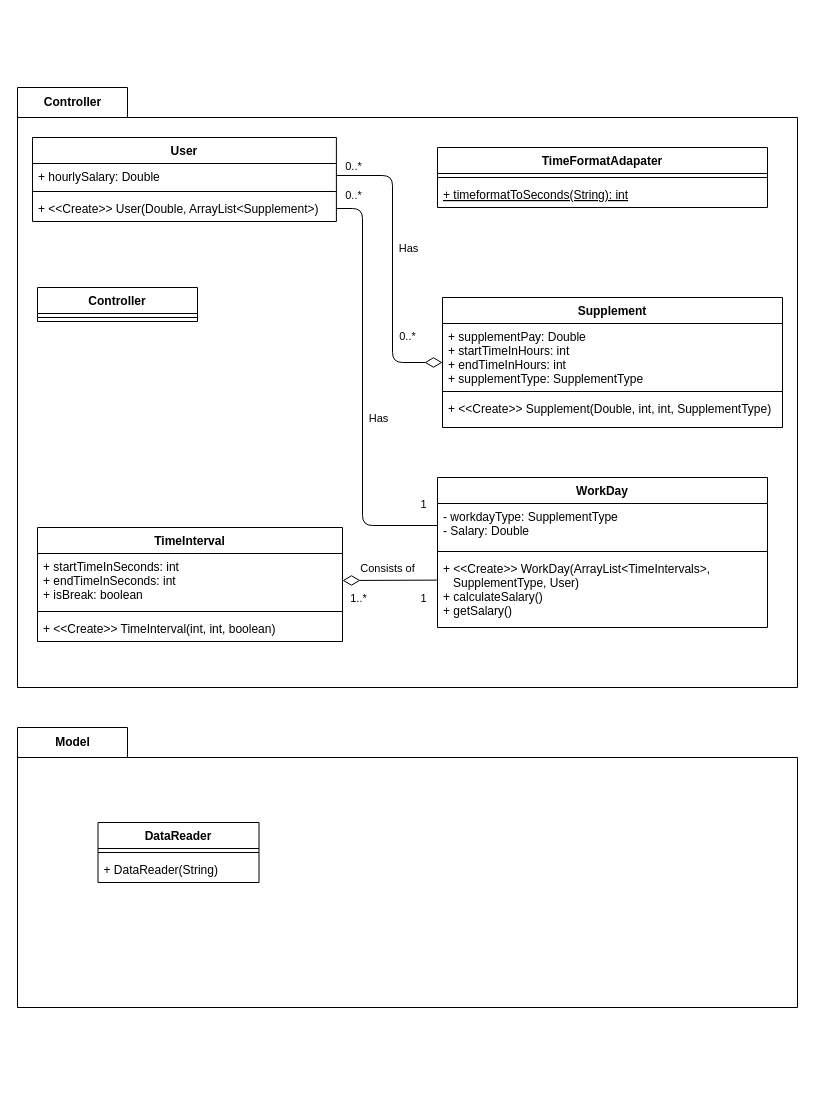
Earlier version of the draw.io diagram docs/DomainLogicClassDiagram.drawio (Lukan707/PaymentForecast). Source tidied: cells renumbered, new cells numbered last; positions are measured from the earlier drawing's top-left corner, leaving out a move shared by most shapes. Both pictures are drawn from the tidied source at 100%, with x=0, y=0 at pixel (17, 87).
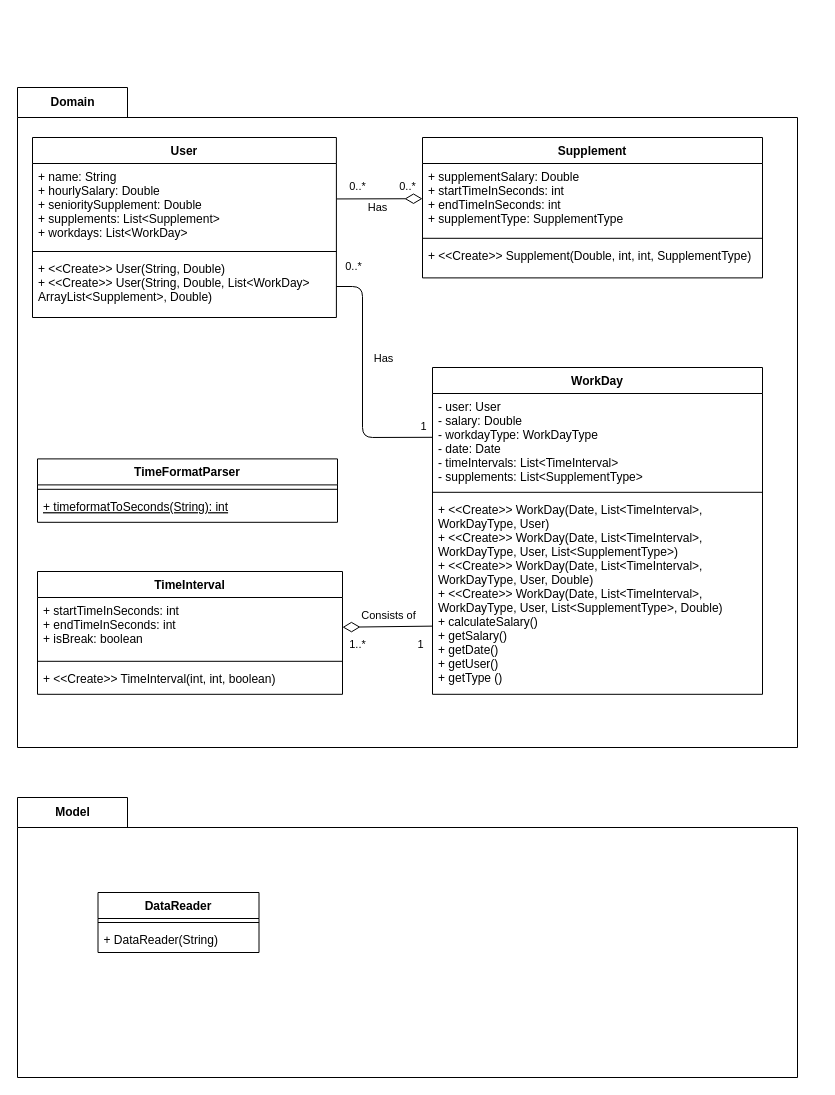
After the change.

The edit, as a diff of the source:
```diff
@@
-    <mxCell id="2" value="Controller" style="shape=folder;fontStyle=1;tabWidth=110;tabHeight=30;tabPosition=left;html=1;boundedLbl=1;labelInHeader=1;" parent="1" vertex="1">
-      <mxGeometry width="780" height="600" as="geometry" />
+    <mxCell id="2" value="Domain" style="shape=folder;fontStyle=1;tabWidth=110;tabHeight=30;tabPosition=left;html=1;boundedLbl=1;labelInHeader=1;" parent="1" vertex="1">
+      <mxGeometry width="780" height="660" as="geometry" />
     </mxCell>
     <mxCell id="3" style="html=1;strokeColor=none;fillColor=none;" parent="2" vertex="1">
-      <mxGeometry width="800.26" height="570" relative="1" as="geometry">
+      <mxGeometry width="800.26" height="627" relative="1" as="geometry">
         <mxPoint y="30" as="offset" />
       </mxGeometry>
     </mxCell>
     <mxCell id="4" value="0..*" style="edgeLabel;html=1;align=center;verticalAlign=middle;" parent="2" vertex="1">
-      <mxGeometry x="350" y="80.8" as="geometry">
+      <mxGeometry x="350" y="-70" as="geometry">
         <mxPoint x="39" y="168" as="offset" />
       </mxGeometry>
     </mxCell>
     <mxCell id="5" value="Has" style="edgeLabel;html=1;align=center;verticalAlign=middle;" parent="2" vertex="1">
-      <mxGeometry x="410" y="190" as="geometry">
+      <mxGeometry x="415" y="130" as="geometry">
         <mxPoint x="-50" y="140" as="offset" />
       </mxGeometry>
     </mxCell>
-    <mxCell id="6" value="TimeFormatAdapater" style="swimlane;fontStyle=1;align=center;verticalAlign=top;horizontal=1;startSize=26;" parent="2" vertex="1">
-      <mxGeometry x="420" y="60" width="330" height="60" as="geometry" />
+    <mxCell id="6" value="TimeFormatParser" style="swimlane;fontStyle=1;align=center;verticalAlign=top;horizontal=1;startSize=26;" parent="2" vertex="1">
+      <mxGeometry x="20" y="371.4" width="300" height="63.4" as="geometry" />
     </mxCell>
     <mxCell id="7" style="line;strokeWidth=1;fillColor=none;align=left;verticalAlign=middle;spacingTop=-1;spacingLeft=3;spacingRight=3;labelPosition=right;strokeColor=inherit;" parent="6" vertex="1">
-      <mxGeometry y="26" width="330" height="8" as="geometry" />
+      <mxGeometry y="26" width="300" height="8.8" as="geometry" />
     </mxCell>
     <mxCell id="8" value="+ timeformatToSeconds(String): int" style="text;strokeColor=none;fillColor=none;align=left;verticalAlign=top;spacingLeft=4;spacingRight=4;overflow=hidden;fontStyle=4;" parent="6" vertex="1">
-      <mxGeometry y="34" width="330" height="26" as="geometry" />
+      <mxGeometry y="34.8" width="300" height="28.6" as="geometry" />
     </mxCell>
-    <mxCell id="9" value="WorkDay" style="swimlane;fontStyle=1;align=center;verticalAlign=top;horizontal=1;startSize=26;" parent="2" vertex="1">
-      <mxGeometry x="420" y="390" width="330" height="150" as="geometry" />
-    </mxCell>
-    <mxCell id="10" value="- workdayType: SupplementType&#10;- Salary: Double " style="text;strokeColor=none;fillColor=none;align=left;verticalAlign=top;spacingLeft=4;spacingRight=4;overflow=hidden;points=[[0,0.5],[1,0.5]];portConstraint=eastwest;" parent="9" vertex="1">
-      <mxGeometry y="26" width="330" height="44" as="geometry" />
-    </mxCell>
-    <mxCell id="11" style="line;strokeWidth=1;fillColor=none;align=left;verticalAlign=middle;spacingTop=-1;spacingLeft=3;spacingRight=3;labelPosition=right;strokeColor=inherit;" parent="9" vertex="1">
-      <mxGeometry y="70" width="330" height="8" as="geometry" />
-    </mxCell>
-    <mxCell id="12" value="+ &lt;&lt;Create&gt;&gt; WorkDay(ArrayList&lt;TimeIntervals&gt;, &#10;   SupplementType, User)&#10;+ calculateSalary()&#10;+ getSalary()" style="text;strokeColor=none;fillColor=none;align=left;verticalAlign=top;spacingLeft=4;spacingRight=4;overflow=hidden;points=[[0,0.5],[1,0.5]];portConstraint=eastwest;" parent="9" vertex="1">
-      <mxGeometry y="78" width="330" height="72" as="geometry" />
-    </mxCell>
-    <mxCell id="13" style="edgeStyle=none;html=1;exitX=-0.002;exitY=0.342;exitDx=0;exitDy=0;entryX=1;entryY=0.5;entryDx=0;entryDy=0;exitPerimeter=0;endArrow=diamondThin;endFill=0;startSize=6;endSize=15;" parent="2" edge="1" source="12" target="18">
+    <mxCell id="13" style="edgeStyle=none;html=1;exitX=-0.001;exitY=0.655;exitDx=0;exitDy=0;entryX=1;entryY=0.5;entryDx=0;entryDy=0;exitPerimeter=0;endArrow=diamondThin;endFill=0;startSize=6;endSize=15;" parent="2" edge="1" source="12" target="18">
       <mxGeometry relative="1" as="geometry" />
     </mxCell>
     <mxCell id="14" value="Consists of" style="edgeLabel;html=1;align=center;verticalAlign=middle;" parent="13" vertex="1">
       <mxGeometry x="-0.26" y="1" relative="1" as="geometry">
-        <mxPoint x="-15" y="-13" as="offset" />
+        <mxPoint x="-11" y="-13" as="offset" />
       </mxGeometry>
     </mxCell>
     <mxCell id="15" value="1..*" style="edgeLabel;html=1;align=center;verticalAlign=middle;" parent="13" vertex="1">
       <mxGeometry x="-0.36" relative="1" as="geometry">
-        <mxPoint x="-49" y="18" as="offset" />
+        <mxPoint x="-46" y="18" as="offset" />
       </mxGeometry>
     </mxCell>
@@
     <mxCell id="17" value="TimeInterval" style="swimlane;fontStyle=1;align=center;verticalAlign=top;horizontal=1;startSize=26;" parent="2" vertex="1">
-      <mxGeometry x="20" y="440" width="305" height="114" as="geometry" />
+      <mxGeometry x="20" y="484" width="305" height="122.8" as="geometry" />
     </mxCell>
     <mxCell id="18" value="+ startTimeInSeconds: int&#10;+ endTimeInSeconds: int&#10;+ isBreak: boolean" style="text;strokeColor=none;fillColor=none;align=left;verticalAlign=top;spacingLeft=4;spacingRight=4;overflow=hidden;points=[[0,0.5],[1,0.5]];portConstraint=eastwest;" parent="17" vertex="1">
-      <mxGeometry y="26" width="305" height="54" as="geometry" />
+      <mxGeometry y="26" width="305" height="59.4" as="geometry" />
     </mxCell>
     <mxCell id="19" style="line;strokeWidth=1;fillColor=none;align=left;verticalAlign=middle;spacingTop=-1;spacingLeft=3;spacingRight=3;labelPosition=right;strokeColor=inherit;" parent="17" vertex="1">
-      <mxGeometry y="80" width="305" height="8" as="geometry" />
+      <mxGeometry y="85.4" width="305" height="8.8" as="geometry" />
     </mxCell>
     <mxCell id="20" value="+ &lt;&lt;Create&gt;&gt; TimeInterval(int, int, boolean)" style="text;strokeColor=none;fillColor=none;align=left;verticalAlign=top;spacingLeft=4;spacingRight=4;overflow=hidden;" parent="17" vertex="1">
-      <mxGeometry y="88" width="305" height="26" as="geometry" />
+      <mxGeometry y="94.2" width="305" height="28.6" as="geometry" />
     </mxCell>
-    <mxCell id="21" value="Controller" style="swimlane;fontStyle=1;align=center;verticalAlign=top;horizontal=1;startSize=26;" parent="2" vertex="1">
-      <mxGeometry x="20" y="200" width="160" height="34" as="geometry" />
-    </mxCell>
-    <mxCell id="22" style="line;strokeWidth=1;fillColor=none;align=left;verticalAlign=middle;spacingTop=-1;spacingLeft=3;spacingRight=3;labelPosition=right;strokeColor=inherit;" parent="21" vertex="1">
-      <mxGeometry y="26" width="160" height="8" as="geometry" />
-    </mxCell>
-    <mxCell id="23" value="Supplement&#10;" style="swimlane;fontStyle=1;align=center;verticalAlign=top;horizontal=1;startSize=26;" parent="1" vertex="1">
-      <mxGeometry x="425" y="210" width="340" height="130" as="geometry" />
+    <mxCell id="23" value="Supplement&#10;" style="swimlane;fontStyle=1;align=center;verticalAlign=top;horizontal=1;startSize=26;" parent="2" vertex="1">
+      <mxGeometry x="405" y="50" width="340" height="140.4" as="geometry" />
     </mxCell>
-    <mxCell id="24" value="+ supplementPay: Double&#10;+ startTimeInHours: int&#10;+ endTimeInHours: int&#10;+ supplementType: SupplementType" style="text;strokeColor=none;fillColor=none;align=left;verticalAlign=top;spacingLeft=4;spacingRight=4;overflow=hidden;points=[[0,0.5],[1,0.5]];portConstraint=eastwest;" parent="23" vertex="1">
-      <mxGeometry y="26" width="340" height="64" as="geometry" />
+    <mxCell id="24" value="+ supplementSalary: Double&#10;+ startTimeInSeconds: int&#10;+ endTimeInSeconds: int&#10;+ supplementType: SupplementType" style="text;strokeColor=none;fillColor=none;align=left;verticalAlign=top;spacingLeft=4;spacingRight=4;overflow=hidden;points=[[0,0.5],[1,0.5]];portConstraint=eastwest;" parent="23" vertex="1">
+      <mxGeometry y="26" width="340" height="70.4" as="geometry" />
     </mxCell>
     <mxCell id="25" style="line;strokeWidth=1;fillColor=none;align=left;verticalAlign=middle;spacingTop=-1;spacingLeft=3;spacingRight=3;labelPosition=right;strokeColor=inherit;" parent="23" vertex="1">
-      <mxGeometry y="90" width="340" height="8" as="geometry" />
+      <mxGeometry y="96.4" width="340" height="8.8" as="geometry" />
     </mxCell>
     <mxCell id="26" value="+ &lt;&lt;Create&gt;&gt; Supplement(Double, int, int, SupplementType)" style="text;strokeColor=none;fillColor=none;align=left;verticalAlign=top;spacingLeft=4;spacingRight=4;overflow=hidden;" parent="23" vertex="1">
-      <mxGeometry y="98" width="340" height="32" as="geometry" />
+      <mxGeometry y="105.2" width="340" height="35.2" as="geometry" />
     </mxCell>
-    <mxCell id="27" style="edgeStyle=none;html=1;exitX=1;exitY=0.5;exitDx=0;exitDy=0;endArrow=diamondThin;endFill=0;strokeWidth=1;endSize=15;" parent="1" edge="1" source="31" target="23">
-      <mxGeometry relative="1" as="geometry">
-        <Array as="points">
-          <mxPoint x="375" y="88" />
-          <mxPoint x="375" y="275" />
-        </Array>
-      </mxGeometry>
-    </mxCell>
-    <mxCell id="28" value="0..*" style="edgeLabel;html=1;align=center;verticalAlign=middle;" parent="27" vertex="1">
-      <mxGeometry x="-0.56" y="2" relative="1" as="geometry">
-        <mxPoint x="-42" y="-17" as="offset" />
+    <mxCell id="28" value="0..*" style="edgeLabel;html=1;align=center;verticalAlign=middle;" parent="2" vertex="1">
+      <mxGeometry x="300" y="-70" as="geometry">
+        <mxPoint x="39" y="168" as="offset" />
       </mxGeometry>
     </mxCell>
+    <mxCell id="9" value="WorkDay" style="swimlane;fontStyle=1;align=center;verticalAlign=top;horizontal=1;startSize=26;" parent="2" vertex="1">
+      <mxGeometry x="415" y="280" width="330" height="326.8" as="geometry" />
+    </mxCell>
+    <mxCell id="10" value="- user: User&#10;- salary: Double &#10;- workdayType: WorkDayType&#10;- date: Date&#10;- timeIntervals: List&lt;TimeInterval&gt;&#10;- supplements: List&lt;SupplementType&gt;" style="text;strokeColor=none;fillColor=none;align=left;verticalAlign=top;spacingLeft=4;spacingRight=4;overflow=hidden;points=[[0,0.5],[1,0.5]];portConstraint=eastwest;" parent="9" vertex="1">
+      <mxGeometry y="26" width="330" height="94.4" as="geometry" />
+    </mxCell>
+    <mxCell id="11" style="line;strokeWidth=1;fillColor=none;align=left;verticalAlign=middle;spacingTop=-1;spacingLeft=3;spacingRight=3;labelPosition=right;strokeColor=inherit;" parent="9" vertex="1">
+      <mxGeometry y="120.4" width="330" height="8.8" as="geometry" />
+    </mxCell>
+    <mxCell id="12" value="+ &lt;&lt;Create&gt;&gt; WorkDay(Date, List&lt;TimeInterval&gt;, &#10;WorkDayType, User)&#10;+ &lt;&lt;Create&gt;&gt; WorkDay(Date, List&lt;TimeInterval&gt;,&#10;WorkDayType, User, List&lt;SupplementType&gt;)&#10;+ &lt;&lt;Create&gt;&gt; WorkDay(Date, List&lt;TimeInterval&gt;,&#10;WorkDayType, User, Double)&#10;+ &lt;&lt;Create&gt;&gt; WorkDay(Date, List&lt;TimeInterval&gt;,&#10;WorkDayType, User, List&lt;SupplementType&gt;, Double)&#10;+ calculateSalary()&#10;+ getSalary()&#10;+ getDate()&#10;+ getUser()&#10;+ getType ()" style="text;strokeColor=none;fillColor=none;align=left;verticalAlign=top;spacingLeft=4;spacingRight=4;overflow=hidden;points=[[0,0.5],[1,0.5]];portConstraint=eastwest;" parent="9" vertex="1">
+      <mxGeometry y="129.2" width="330" height="197.6" as="geometry" />
+    </mxCell>
-    <mxCell id="29" value="Has" style="edgeLabel;html=1;align=center;verticalAlign=middle;" parent="27" vertex="1">
-      <mxGeometry x="-0.07" relative="1" as="geometry">
-        <mxPoint x="15" y="-7" as="offset" />
-      </mxGeometry>
+    <mxCell id="29" value="Has" style="edgeStyle=none;html=1;fontColor=default;endArrow=diamondThin;endFill=0;endSize=15;strokeWidth=1;entryX=0;entryY=0.5;entryDx=0;entryDy=0;exitX=1.001;exitY=0.422;exitDx=0;exitDy=0;exitPerimeter=0;" parent="1" edge="1" source="31" target="24">
+      <mxGeometry x="-0.05" y="-9" relative="1" as="geometry" />
     </mxCell>
     <mxCell id="30" value="User" style="swimlane;fontStyle=1;align=center;verticalAlign=top;horizontal=1;startSize=26;" parent="1" vertex="1">
-      <mxGeometry x="15" y="50" width="303.9" height="84" as="geometry" />
+      <mxGeometry x="15" y="50" width="303.9" height="180" as="geometry" />
     </mxCell>
-    <mxCell id="31" value="+ hourlySalary: Double" style="text;strokeColor=none;fillColor=none;align=left;verticalAlign=top;spacingLeft=4;spacingRight=4;overflow=hidden;points=[[0,0.5],[1,0.5]];portConstraint=eastwest;" parent="30" vertex="1">
-      <mxGeometry y="26" width="303.9" height="24" as="geometry" />
+    <mxCell id="31" value="+ name: String&#10;+ hourlySalary: Double&#10;+ senioritySupplement: Double&#10;+ supplements: List&lt;Supplement&gt;&#10;+ workdays: List&lt;WorkDay&gt;" style="text;strokeColor=none;fillColor=none;align=left;verticalAlign=top;spacingLeft=4;spacingRight=4;overflow=hidden;points=[[0,0.5],[1,0.5]];portConstraint=eastwest;" parent="30" vertex="1">
+      <mxGeometry y="26" width="303.9" height="84" as="geometry" />
     </mxCell>
     <mxCell id="32" style="line;strokeWidth=1;fillColor=none;align=left;verticalAlign=middle;spacingTop=-1;spacingLeft=3;spacingRight=3;labelPosition=right;strokeColor=inherit;" parent="30" vertex="1">
-      <mxGeometry y="50" width="303.9" height="8" as="geometry" />
+      <mxGeometry y="110" width="303.9" height="8" as="geometry" />
     </mxCell>
-    <mxCell id="33" value="+ &lt;&lt;Create&gt;&gt; User(Double, ArrayList&lt;Supplement&gt;)" style="text;strokeColor=none;fillColor=none;align=left;verticalAlign=top;spacingLeft=4;spacingRight=4;overflow=hidden;points=[[0,0.5],[1,0.5]];portConstraint=eastwest;" parent="30" vertex="1">
-      <mxGeometry y="58" width="303.9" height="26" as="geometry" />
+    <mxCell id="33" value="+ &lt;&lt;Create&gt;&gt; User(String, Double)&#10;+ &lt;&lt;Create&gt;&gt; User(String, Double, List&lt;WorkDay&gt;&#10;ArrayList&lt;Supplement&gt;, Double)" style="text;strokeColor=none;fillColor=none;align=left;verticalAlign=top;spacingLeft=4;spacingRight=4;overflow=hidden;points=[[0,0.5],[1,0.5]];portConstraint=eastwest;" parent="30" vertex="1">
+      <mxGeometry y="118" width="303.9" height="62" as="geometry" />
     </mxCell>
-    <mxCell id="34" style="edgeStyle=none;html=1;entryX=0;entryY=0.5;entryDx=0;entryDy=0;strokeWidth=1;endArrow=none;endFill=0;endSize=13;exitX=1;exitY=0.5;exitDx=0;exitDy=0;" parent="1" edge="1" source="33" target="10">
+    <mxCell id="34" style="edgeStyle=none;html=1;entryX=0.001;entryY=0.464;entryDx=0;entryDy=0;strokeWidth=1;endArrow=none;endFill=0;endSize=13;exitX=1;exitY=0.5;exitDx=0;exitDy=0;entryPerimeter=0;" parent="1" edge="1" source="33" target="10">
       <mxGeometry relative="1" as="geometry">
         <Array as="points">
-          <mxPoint x="345" y="121" />
-          <mxPoint x="345" y="438" />
+          <mxPoint x="345" y="199" />
+          <mxPoint x="345" y="350" />
         </Array>
       </mxGeometry>
     </mxCell>
     <mxCell id="35" value="0..*" style="edgeLabel;html=1;align=center;verticalAlign=middle;" parent="34" vertex="1">
       <mxGeometry x="-0.54" y="-2" relative="1" as="geometry">
-        <mxPoint x="-8" y="-83" as="offset" />
+        <mxPoint x="-8" y="-51" as="offset" />
       </mxGeometry>
     </mxCell>
     <mxCell id="36" value="1" style="edgeLabel;html=1;align=center;verticalAlign=middle;" parent="34" vertex="1">
       <mxGeometry x="-0.16" y="2" relative="1" as="geometry">
-        <mxPoint x="58" y="146" as="offset" />
+        <mxPoint x="58" y="62" as="offset" />
       </mxGeometry>
     </mxCell>
     <mxCell id="37" value="Model" style="shape=folder;fontStyle=1;tabWidth=110;tabHeight=30;tabPosition=left;html=1;boundedLbl=1;labelInHeader=1;" parent="1" vertex="1">
-      <mxGeometry y="640" width="780" height="280" as="geometry" />
+      <mxGeometry y="710" width="780" height="280" as="geometry" />
     </mxCell>
```
